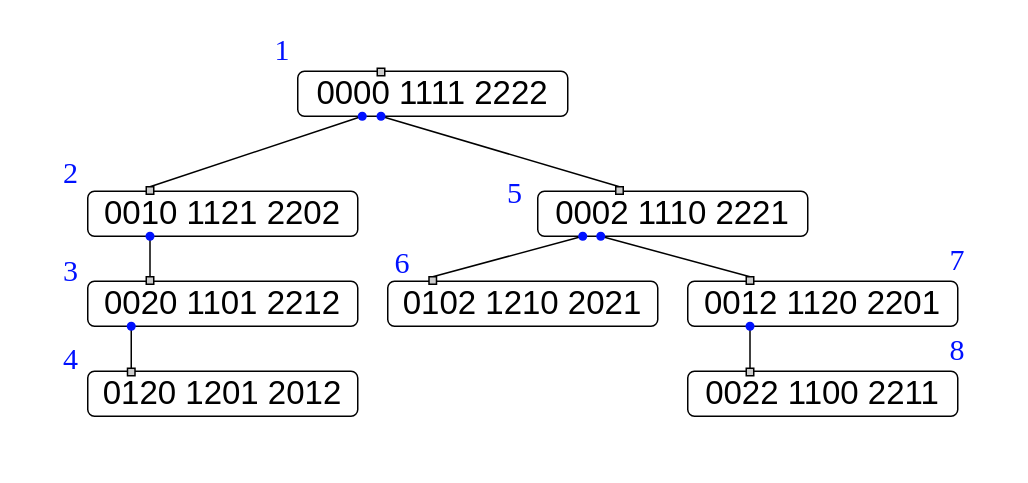
Above: Trees/CCRtrees/Ternary/CCR2/TernaryCCR2.4.drawio in Al-ttaeeA/research (draw.io), before the change. Source tidied: cells renumbered, new cells numbered last; positions are measured from the earlier drawing's top-left corner, leaving out a move shared by most shapes. Both pictures are drawn from the tidied source at 150%, with x=0, y=0 at pixel (26, 26).
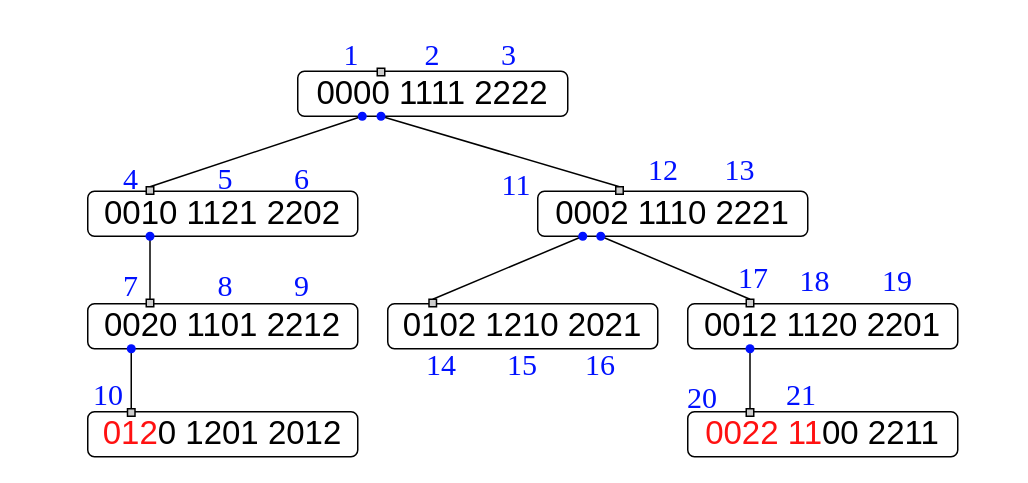
After the change.

Diff of the diagram source:
```diff
@@
     <mxCell id="5" value="&lt;font style=&quot;font-size: 22px;&quot;&gt;0020 1101 2212&lt;/font&gt;" style="rounded=1;whiteSpace=wrap;html=1;" parent="1" vertex="1">
-      <mxGeometry x="41" y="170" width="180" height="30" as="geometry" />
+      <mxGeometry x="41" y="185" width="180" height="30" as="geometry" />
     </mxCell>
@@
-    <mxCell id="7" value="&lt;font style=&quot;font-size: 22px;&quot;&gt;0120 1201 2012&lt;/font&gt;" style="rounded=1;whiteSpace=wrap;html=1;" parent="1" vertex="1">
-      <mxGeometry x="41" y="230" width="180" height="30" as="geometry" />
+    <mxCell id="7" value="&lt;font style=&quot;font-size: 22px;&quot;&gt;&lt;font style=&quot;color: rgb(255, 17, 17);&quot;&gt;012&lt;/font&gt;0 1201 2012&lt;/font&gt;" style="rounded=1;whiteSpace=wrap;html=1;" parent="1" vertex="1">
+      <mxGeometry x="41" y="257" width="180" height="30" as="geometry" />
     </mxCell>
@@
     <mxCell id="11" value="&lt;font style=&quot;font-size: 22px;&quot;&gt;0102 1210 2021&lt;/font&gt;" style="rounded=1;whiteSpace=wrap;html=1;" parent="1" vertex="1">
-      <mxGeometry x="241" y="170" width="180" height="30" as="geometry" />
+      <mxGeometry x="241" y="185" width="180" height="30" as="geometry" />
     </mxCell>
     <mxCell id="12" value="&lt;font style=&quot;font-size: 22px;&quot;&gt;0012 1120 2201&lt;/font&gt;" style="rounded=1;whiteSpace=wrap;html=1;" parent="1" vertex="1">
-      <mxGeometry x="441" y="170" width="180" height="30" as="geometry" />
+      <mxGeometry x="441" y="185" width="180" height="30" as="geometry" />
     </mxCell>
-    <mxCell id="13" value="&lt;font style=&quot;font-size: 22px;&quot;&gt;0022 1100 2211&lt;/font&gt;" style="rounded=1;whiteSpace=wrap;html=1;" parent="1" vertex="1">
-      <mxGeometry x="441" y="230" width="180" height="30" as="geometry" />
+    <mxCell id="13" value="&lt;font style=&quot;font-size: 22px;&quot;&gt;&lt;font style=&quot;color: rgb(255, 17, 17);&quot;&gt;0022 11&lt;/font&gt;00 2211&lt;/font&gt;" style="rounded=1;whiteSpace=wrap;html=1;" parent="1" vertex="1">
+      <mxGeometry x="441" y="257" width="180" height="30" as="geometry" />
     </mxCell>
@@
     <mxCell id="17" value="&lt;font style=&quot;color: rgb(0, 17, 255); font-size: 20px;&quot; face=&quot;Times New Roman&quot;&gt;1&lt;/font&gt;" style="text;html=1;whiteSpace=wrap;strokeColor=none;fillColor=none;align=center;verticalAlign=middle;rounded=0;" parent="1" vertex="1">
-      <mxGeometry x="141" width="60" height="30" as="geometry" />
+      <mxGeometry x="186.5" y="3" width="60" height="30" as="geometry" />
     </mxCell>
@@
     <mxCell id="23" style="rounded=0;whiteSpace=wrap;html=1;fillColor=#CCCCCC;" parent="1" vertex="1">
-      <mxGeometry x="80" y="167" width="5" height="5" as="geometry" />
+      <mxGeometry x="80" y="182" width="5" height="5" as="geometry" />
     </mxCell>
     <mxCell id="24" style="shape=waypoint;sketch=0;fillStyle=solid;size=6;points=[];fillColor=none;perimeter=centerPerimeter;snapToPoint=1;strokeColor=#0011FF;" parent="1" vertex="1">
-      <mxGeometry x="60" y="190" width="20" height="20" as="geometry" />
+      <mxGeometry x="60" y="205" width="20" height="20" as="geometry" />
     </mxCell>
     <mxCell id="25" style="rounded=0;whiteSpace=wrap;html=1;fillColor=#CCCCCC;" parent="1" vertex="1">
-      <mxGeometry x="67.5" y="228" width="5" height="5" as="geometry" />
+      <mxGeometry x="67.5" y="255" width="5" height="5" as="geometry" />
     </mxCell>
@@
     <mxCell id="29" style="rounded=0;whiteSpace=wrap;html=1;fillColor=#CCCCCC;" parent="1" vertex="1">
-      <mxGeometry x="268.5" y="167" width="5" height="5" as="geometry" />
+      <mxGeometry x="268.5" y="182" width="5" height="5" as="geometry" />
     </mxCell>
     <mxCell id="30" style="rounded=0;whiteSpace=wrap;html=1;fillColor=#CCCCCC;" parent="1" vertex="1">
-      <mxGeometry x="480" y="167" width="5" height="5" as="geometry" />
+      <mxGeometry x="480" y="182" width="5" height="5" as="geometry" />
     </mxCell>
     <mxCell id="31" style="shape=waypoint;sketch=0;fillStyle=solid;size=6;points=[];fillColor=none;perimeter=centerPerimeter;snapToPoint=1;strokeColor=#0011FF;" parent="1" vertex="1">
-      <mxGeometry x="472.5" y="190" width="20" height="20" as="geometry" />
+      <mxGeometry x="472.5" y="205" width="20" height="20" as="geometry" />
     </mxCell>
     <mxCell id="32" style="rounded=0;whiteSpace=wrap;html=1;fillColor=#CCCCCC;" parent="1" vertex="1">
-      <mxGeometry x="480" y="228" width="5" height="5" as="geometry" />
+      <mxGeometry x="480" y="255" width="5" height="5" as="geometry" />
     </mxCell>
     <mxCell id="33" value="&lt;font style=&quot;color: rgb(0, 17, 255); font-size: 20px;&quot; face=&quot;Times New Roman&quot;&gt;2&lt;/font&gt;" style="text;html=1;whiteSpace=wrap;strokeColor=none;fillColor=none;align=center;verticalAlign=middle;rounded=0;" parent="1" vertex="1">
-      <mxGeometry y="82" width="60" height="30" as="geometry" />
+      <mxGeometry x="241" y="3" width="60" height="30" as="geometry" />
     </mxCell>
     <mxCell id="34" value="&lt;font style=&quot;color: rgb(0, 17, 255); font-size: 20px;&quot; face=&quot;Times New Roman&quot;&gt;3&lt;/font&gt;" style="text;html=1;whiteSpace=wrap;strokeColor=none;fillColor=none;align=center;verticalAlign=middle;rounded=0;" parent="1" vertex="1">
-      <mxGeometry y="147" width="60" height="30" as="geometry" />
+      <mxGeometry x="292" y="3" width="60" height="30" as="geometry" />
     </mxCell>
     <mxCell id="35" value="&lt;font style=&quot;color: rgb(0, 17, 255); font-size: 20px;&quot; face=&quot;Times New Roman&quot;&gt;4&lt;/font&gt;" style="text;html=1;whiteSpace=wrap;strokeColor=none;fillColor=none;align=center;verticalAlign=middle;rounded=0;" parent="1" vertex="1">
-      <mxGeometry y="206" width="60" height="30" as="geometry" />
+      <mxGeometry x="40" y="86" width="60" height="30" as="geometry" />
     </mxCell>
     <mxCell id="36" value="&lt;font style=&quot;color: rgb(0, 17, 255); font-size: 20px;&quot; face=&quot;Times New Roman&quot;&gt;5&lt;/font&gt;" style="text;html=1;whiteSpace=wrap;strokeColor=none;fillColor=none;align=center;verticalAlign=middle;rounded=0;" parent="1" vertex="1">
-      <mxGeometry x="296" y="94.5" width="60" height="30" as="geometry" />
+      <mxGeometry x="103" y="86" width="60" height="30" as="geometry" />
     </mxCell>
     <mxCell id="37" value="&lt;font style=&quot;color: rgb(0, 17, 255); font-size: 20px;&quot; face=&quot;Times New Roman&quot;&gt;6&lt;/font&gt;" style="text;html=1;whiteSpace=wrap;strokeColor=none;fillColor=none;align=center;verticalAlign=middle;rounded=0;" parent="1" vertex="1">
-      <mxGeometry x="221" y="142" width="60" height="30" as="geometry" />
+      <mxGeometry x="154" y="86" width="60" height="30" as="geometry" />
     </mxCell>
     <mxCell id="38" value="&lt;font style=&quot;color: rgb(0, 17, 255); font-size: 20px;&quot; face=&quot;Times New Roman&quot;&gt;7&lt;/font&gt;" style="text;html=1;whiteSpace=wrap;strokeColor=none;fillColor=none;align=center;verticalAlign=middle;rounded=0;" parent="1" vertex="1">
-      <mxGeometry x="591" y="140" width="60" height="30" as="geometry" />
+      <mxGeometry x="40" y="157" width="60" height="30" as="geometry" />
     </mxCell>
     <mxCell id="39" value="&lt;font style=&quot;color: rgb(0, 17, 255); font-size: 20px;&quot; face=&quot;Times New Roman&quot;&gt;8&lt;/font&gt;" style="text;html=1;whiteSpace=wrap;strokeColor=none;fillColor=none;align=center;verticalAlign=middle;rounded=0;" parent="1" vertex="1">
-      <mxGeometry x="591" y="200" width="60" height="30" as="geometry" />
+      <mxGeometry x="103" y="157" width="60" height="30" as="geometry" />
     </mxCell>
+    <mxCell id="40" value="&lt;font style=&quot;color: rgb(0, 17, 255); font-size: 20px;&quot; face=&quot;Times New Roman&quot;&gt;9&lt;/font&gt;" style="text;html=1;whiteSpace=wrap;strokeColor=none;fillColor=none;align=center;verticalAlign=middle;rounded=0;" parent="1" vertex="1">
+      <mxGeometry x="154" y="157" width="60" height="30" as="geometry" />
+    </mxCell>
+    <mxCell id="41" value="&lt;font style=&quot;color: rgb(0, 17, 255); font-size: 20px;&quot; face=&quot;Times New Roman&quot;&gt;10&lt;/font&gt;" style="text;html=1;whiteSpace=wrap;strokeColor=none;fillColor=none;align=center;verticalAlign=middle;rounded=0;" parent="1" vertex="1">
+      <mxGeometry x="25" y="230" width="60" height="30" as="geometry" />
+    </mxCell>
+    <mxCell id="42" value="&lt;font style=&quot;color: rgb(0, 17, 255); font-size: 20px;&quot; face=&quot;Times New Roman&quot;&gt;11&lt;/font&gt;" style="text;html=1;whiteSpace=wrap;strokeColor=none;fillColor=none;align=center;verticalAlign=middle;rounded=0;" parent="1" vertex="1">
+      <mxGeometry x="297" y="90" width="60" height="30" as="geometry" />
+    </mxCell>
+    <mxCell id="43" value="&lt;font style=&quot;color: rgb(0, 17, 255); font-size: 20px;&quot; face=&quot;Times New Roman&quot;&gt;12&lt;/font&gt;" style="text;html=1;whiteSpace=wrap;strokeColor=none;fillColor=none;align=center;verticalAlign=middle;rounded=0;" parent="1" vertex="1">
+      <mxGeometry x="395" y="80" width="60" height="30" as="geometry" />
+    </mxCell>
+    <mxCell id="44" value="&lt;font style=&quot;color: rgb(0, 17, 255); font-size: 20px;&quot; face=&quot;Times New Roman&quot;&gt;13&lt;/font&gt;" style="text;html=1;whiteSpace=wrap;strokeColor=none;fillColor=none;align=center;verticalAlign=middle;rounded=0;" parent="1" vertex="1">
+      <mxGeometry x="446" y="80" width="60" height="30" as="geometry" />
+    </mxCell>
+    <mxCell id="45" value="&lt;font style=&quot;color: rgb(0, 17, 255); font-size: 20px;&quot; face=&quot;Times New Roman&quot;&gt;14&lt;/font&gt;" style="text;html=1;whiteSpace=wrap;strokeColor=none;fillColor=none;align=center;verticalAlign=middle;rounded=0;" parent="1" vertex="1">
+      <mxGeometry x="246.5" y="210" width="60" height="30" as="geometry" />
+    </mxCell>
+    <mxCell id="46" value="&lt;font style=&quot;color: rgb(0, 17, 255); font-size: 20px;&quot; face=&quot;Times New Roman&quot;&gt;15&lt;/font&gt;" style="text;html=1;whiteSpace=wrap;strokeColor=none;fillColor=none;align=center;verticalAlign=middle;rounded=0;" parent="1" vertex="1">
+      <mxGeometry x="301" y="210" width="60" height="30" as="geometry" />
+    </mxCell>
+    <mxCell id="47" value="&lt;font style=&quot;color: rgb(0, 17, 255); font-size: 20px;&quot; face=&quot;Times New Roman&quot;&gt;16&lt;/font&gt;" style="text;html=1;whiteSpace=wrap;strokeColor=none;fillColor=none;align=center;verticalAlign=middle;rounded=0;" parent="1" vertex="1">
+      <mxGeometry x="353" y="210" width="60" height="30" as="geometry" />
+    </mxCell>
+    <mxCell id="48" value="&lt;font style=&quot;color: rgb(0, 17, 255); font-size: 20px;&quot; face=&quot;Times New Roman&quot;&gt;17&lt;/font&gt;" style="text;html=1;whiteSpace=wrap;strokeColor=none;fillColor=none;align=center;verticalAlign=middle;rounded=0;" parent="1" vertex="1">
+      <mxGeometry x="455" y="152" width="60" height="30" as="geometry" />
+    </mxCell>
+    <mxCell id="49" value="&lt;font style=&quot;color: rgb(0, 17, 255); font-size: 20px;&quot; face=&quot;Times New Roman&quot;&gt;18&lt;/font&gt;" style="text;html=1;whiteSpace=wrap;strokeColor=none;fillColor=none;align=center;verticalAlign=middle;rounded=0;" parent="1" vertex="1">
+      <mxGeometry x="496" y="154" width="60" height="30" as="geometry" />
+    </mxCell>
+    <mxCell id="50" value="&lt;font style=&quot;color: rgb(0, 17, 255); font-size: 20px;&quot; face=&quot;Times New Roman&quot;&gt;19&lt;/font&gt;" style="text;html=1;whiteSpace=wrap;strokeColor=none;fillColor=none;align=center;verticalAlign=middle;rounded=0;" parent="1" vertex="1">
+      <mxGeometry x="551" y="154" width="60" height="30" as="geometry" />
+    </mxCell>
+    <mxCell id="51" value="&lt;font style=&quot;color: rgb(0, 17, 255); font-size: 20px;&quot; face=&quot;Times New Roman&quot;&gt;20&lt;/font&gt;" style="text;html=1;whiteSpace=wrap;strokeColor=none;fillColor=none;align=center;verticalAlign=middle;rounded=0;" parent="1" vertex="1">
+      <mxGeometry x="421" y="232" width="60" height="30" as="geometry" />
+    </mxCell>
+    <mxCell id="52" value="&lt;font style=&quot;color: rgb(0, 17, 255); font-size: 20px;&quot; face=&quot;Times New Roman&quot;&gt;21&lt;/font&gt;" style="text;html=1;whiteSpace=wrap;strokeColor=none;fillColor=none;align=center;verticalAlign=middle;rounded=0;" parent="1" vertex="1">
+      <mxGeometry x="487" y="230" width="60" height="30" as="geometry" />
+    </mxCell>
```
